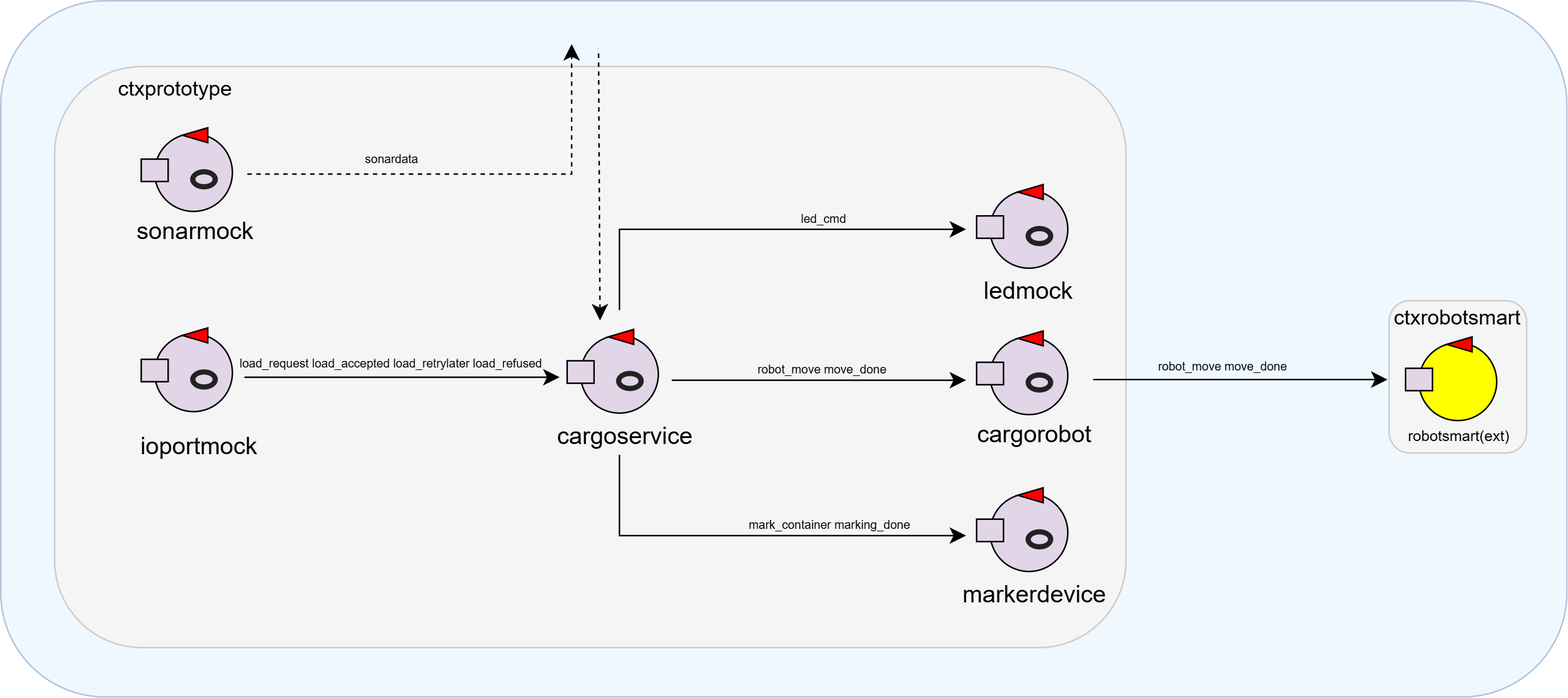
This is Sprint1/userDocs/Sprint1_arch.png from alessandratolomelli/TemaFinale2026, a draw.io export, as it was before one commit. Source tidied: cells renumbered, new cells last; positions are measured from the earlier drawing's top-left corner, leaving out a move shared by most shapes.
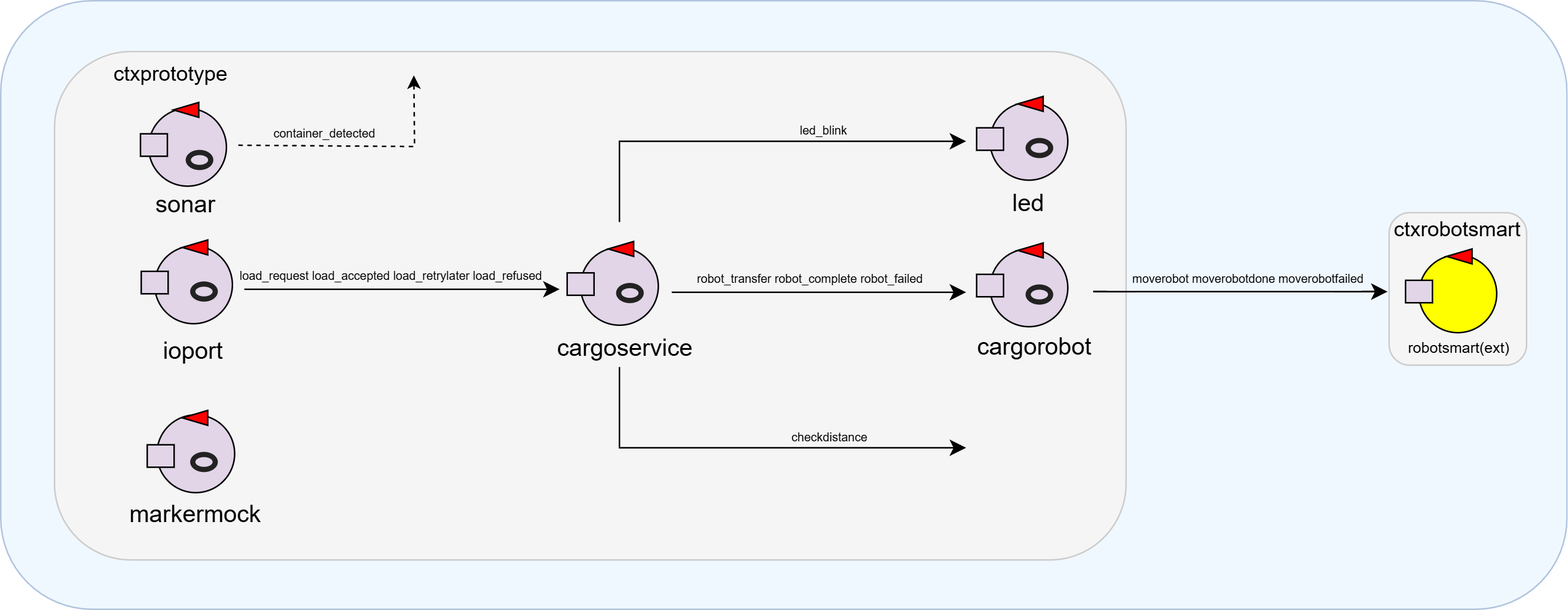
Above is the later version.

What changed in the source:
```diff
@@ -3,13 +3,13 @@
     <mxCell id="0" />
     <mxCell id="1" parent="0" />
     <mxCell id="2" style="rounded=1;whiteSpace=wrap;html=1;fillColor=#f0f8ff;strokeColor=#b0c4de;" parent="1" vertex="1">
-      <mxGeometry width="1048" height="466" as="geometry" />
+      <mxGeometry y="59" width="1048" height="407" as="geometry" />
     </mxCell>
     <mxCell id="3" style="rounded=1;whiteSpace=wrap;html=1;fillColor=#f5f5f5;strokeColor=#cccccc;" parent="1" vertex="1">
       <mxGeometry x="929" y="200.8" width="92" height="102" as="geometry" />
     </mxCell>
     <mxCell id="4" style="rounded=1;whiteSpace=wrap;html=1;fillColor=#f5f5f5;strokeColor=#cccccc;" parent="1" vertex="1">
-      <mxGeometry x="36" y="44" width="717" height="389" as="geometry" />
+      <mxGeometry x="36" y="93" width="717" height="340" as="geometry" />
     </mxCell>
     <mxCell id="5" style="ellipse;whiteSpace=wrap;html=1;fillColor=#e1d5e7;strokeColor=#000000;" parent="1" vertex="1">
       <mxGeometry x="662" y="225" width="52" height="52" as="geometry" />
@@ -36,16 +36,16 @@
       <mxGeometry x="688" y="153" width="15" height="10" as="geometry" />
     </mxCell>
     <mxCell id="13" style="ellipse;whiteSpace=wrap;html=1;fillColor=#e1d5e7;strokeColor=#000000;" parent="1" vertex="1">
-      <mxGeometry x="103" y="89" width="52" height="52" as="geometry" />
+      <mxGeometry x="104.5" y="336" width="52" height="52" as="geometry" />
     </mxCell>
     <mxCell id="14" style="rounded=0;whiteSpace=wrap;html=1;fillColor=#e1d5e7;strokeColor=#000000;" parent="1" vertex="1">
-      <mxGeometry x="94" y="106" width="18" height="15" as="geometry" />
+      <mxGeometry x="98" y="356" width="18" height="15" as="geometry" />
     </mxCell>
     <mxCell id="15" style="triangle;whiteSpace=wrap;html=1;rotation=-180;fillColor=#ff0000;strokeColor=#000000;" parent="1" vertex="1">
-      <mxGeometry x="121.5" y="85" width="17" height="10" as="geometry" />
+      <mxGeometry x="121.5" y="333" width="17" height="10" as="geometry" />
     </mxCell>
     <mxCell id="16" style="html=1;verticalLabelPosition=bottom;labelBackgroundColor=#ffffff;verticalAlign=top;shadow=0;dashed=0;strokeWidth=2;shape=(stored shape, 272 characters);strokeColor=#222222;fillColor=none;" parent="1" vertex="1">
-      <mxGeometry x="129" y="115" width="15" height="10" as="geometry" />
+      <mxGeometry x="129" y="363" width="15" height="10" as="geometry" />
     </mxCell>
     <mxCell id="17" style="ellipse;whiteSpace=wrap;html=1;fillColor=#e1d5e7;strokeColor=#000000;" parent="1" vertex="1">
       <mxGeometry x="388" y="224" width="52" height="52" as="geometry" />
@@ -72,34 +72,34 @@
       <mxGeometry x="129" y="249" width="15" height="10" as="geometry" />
     </mxCell>
     <mxCell id="25" style="ellipse;whiteSpace=wrap;html=1;fillColor=#e1d5e7;strokeColor=#000000;" parent="1" vertex="1">
-      <mxGeometry x="662" y="330" width="52" height="52" as="geometry" />
+      <mxGeometry x="99" y="131" width="52" height="52" as="geometry" />
     </mxCell>
     <mxCell id="26" style="rounded=0;whiteSpace=wrap;html=1;fillColor=#e1d5e7;strokeColor=#000000;" parent="1" vertex="1">
-      <mxGeometry x="653" y="347" width="18" height="15" as="geometry" />
+      <mxGeometry x="93.5" y="148" width="18" height="15" as="geometry" />
     </mxCell>
     <mxCell id="27" style="triangle;whiteSpace=wrap;html=1;rotation=-180;fillColor=#ff0000;strokeColor=#000000;" parent="1" vertex="1">
-      <mxGeometry x="680.5" y="326" width="17" height="10" as="geometry" />
+      <mxGeometry x="115.5" y="127" width="17" height="10" as="geometry" />
     </mxCell>
     <mxCell id="28" style="html=1;verticalLabelPosition=bottom;labelBackgroundColor=#ffffff;verticalAlign=top;shadow=0;dashed=0;strokeWidth=2;shape=(stored shape, 272 characters);strokeColor=#222222;fillColor=none;" parent="1" vertex="1">
-      <mxGeometry x="688" y="356" width="15" height="10" as="geometry" />
+      <mxGeometry x="126" y="161" width="15" height="10" as="geometry" />
     </mxCell>
-    <mxCell id="29" value="sonarmock" style="text;html=1;whiteSpace=wrap;strokeColor=none;fillColor=none;align=center;verticalAlign=middle;rounded=0;fontSize=16;" parent="1" vertex="1">
-      <mxGeometry x="112" y="144" width="37" height="20" as="geometry" />
+    <mxCell id="29" value="markermock" style="text;html=1;whiteSpace=wrap;strokeColor=none;fillColor=none;align=center;verticalAlign=middle;rounded=0;fontSize=16;" parent="1" vertex="1">
+      <mxGeometry x="111.5" y="392" width="37" height="20" as="geometry" />
     </mxCell>
-    <mxCell id="30" value="ioportmock" style="text;html=1;whiteSpace=wrap;strokeColor=none;fillColor=none;align=center;verticalAlign=middle;rounded=0;fontSize=16;" parent="1" vertex="1">
-      <mxGeometry x="103" y="283" width="60" height="30" as="geometry" />
+    <mxCell id="30" value="ioport" style="text;html=1;whiteSpace=wrap;strokeColor=none;fillColor=none;align=center;verticalAlign=middle;rounded=0;fontSize=16;" parent="1" vertex="1">
+      <mxGeometry x="99" y="278" width="60" height="30" as="geometry" />
     </mxCell>
     <mxCell id="31" value="cargoservice" style="text;html=1;whiteSpace=wrap;strokeColor=none;fillColor=none;align=center;verticalAlign=middle;rounded=0;fontSize=16;" parent="1" vertex="1">
       <mxGeometry x="388" y="276" width="60" height="30" as="geometry" />
     </mxCell>
-    <mxCell id="32" value="ledmock" style="text;html=1;whiteSpace=wrap;strokeColor=none;fillColor=none;align=center;verticalAlign=middle;rounded=0;fontSize=16;" parent="1" vertex="1">
+    <mxCell id="32" value="led" style="text;html=1;whiteSpace=wrap;strokeColor=none;fillColor=none;align=center;verticalAlign=middle;rounded=0;fontSize=16;" parent="1" vertex="1">
       <mxGeometry x="658" y="179" width="60" height="30" as="geometry" />
     </mxCell>
     <mxCell id="33" value="cargorobot" style="text;html=1;whiteSpace=wrap;strokeColor=none;fillColor=none;align=center;verticalAlign=middle;rounded=0;fontSize=16;" parent="1" vertex="1">
       <mxGeometry x="662" y="275" width="60" height="30" as="geometry" />
     </mxCell>
-    <mxCell id="34" value="markerdevice" style="text;html=1;whiteSpace=wrap;strokeColor=none;fillColor=none;align=center;verticalAlign=middle;rounded=0;fontSize=16;" parent="1" vertex="1">
-      <mxGeometry x="662" y="382" width="60" height="30" as="geometry" />
+    <mxCell id="34" value="sonar" style="text;html=1;whiteSpace=wrap;strokeColor=none;fillColor=none;align=center;verticalAlign=middle;rounded=0;fontSize=16;" parent="1" vertex="1">
+      <mxGeometry x="94" y="180" width="60" height="30" as="geometry" />
     </mxCell>
     <mxCell id="35" style="endArrow=classic;html=1;rounded=0;fontSize=12;startSize=8;endSize=8;curved=1;" parent="1" edge="1">
       <mxGeometry relative="1" as="geometry">
@@ -116,8 +116,8 @@
         <mxPoint x="646" y="254" as="targetPoint" />
       </mxGeometry>
     </mxCell>
-    <mxCell id="38" value="robot_move move_done" style="text;html=1;whiteSpace=wrap;strokeColor=none;fillColor=none;align=center;verticalAlign=middle;rounded=0;fontSize=8;" parent="1" vertex="1">
-      <mxGeometry x="440" y="241.5" width="220" height="10.5" as="geometry" />
+    <mxCell id="38" value="robot_transfer robot_complete robot_failed&amp;nbsp;" style="text;html=1;whiteSpace=wrap;strokeColor=none;fillColor=none;align=center;verticalAlign=middle;rounded=0;fontSize=8;" parent="1" vertex="1">
+      <mxGeometry x="433" y="239.2" width="220" height="10.5" as="geometry" />
     </mxCell>
     <mxCell id="39" style="endArrow=classic;html=1;rounded=0;fontSize=12;startSize=8;endSize=8;curved=0;" parent="1" edge="1">
       <mxGeometry relative="1" as="geometry">
@@ -137,29 +137,17 @@
         </Array>
       </mxGeometry>
     </mxCell>
-    <mxCell id="41" value="mark_container marking_done" style="text;html=1;whiteSpace=wrap;strokeColor=none;fillColor=none;align=center;verticalAlign=middle;rounded=0;fontSize=8;" parent="1" vertex="1">
+    <mxCell id="41" value="checkdistance" style="text;html=1;whiteSpace=wrap;strokeColor=none;fillColor=none;align=center;verticalAlign=middle;rounded=0;fontSize=8;" parent="1" vertex="1">
       <mxGeometry x="466" y="336" width="178" height="30" as="geometry" />
     </mxCell>
-    <mxCell id="42" value="led_cmd" style="text;html=1;whiteSpace=wrap;strokeColor=none;fillColor=none;align=center;verticalAlign=middle;rounded=0;fontSize=8;" parent="1" vertex="1">
+    <mxCell id="42" value="led_blink" style="text;html=1;whiteSpace=wrap;strokeColor=none;fillColor=none;align=center;verticalAlign=middle;rounded=0;fontSize=8;" parent="1" vertex="1">
       <mxGeometry x="521" y="131" width="60" height="30" as="geometry" />
     </mxCell>
-    <mxCell id="43" style="endArrow=classic;dashed=1;html=1;rounded=0;fontSize=12;startSize=8;endSize=8;curved=0;endFill=1;" parent="1" edge="1">
-      <mxGeometry relative="1" as="geometry">
-        <mxPoint x="165" y="116" as="sourcePoint" />
-        <mxPoint x="382" y="29" as="targetPoint" />
-        <Array as="points">
-          <mxPoint x="382" y="116" />
-        </Array>
-      </mxGeometry>
-    </mxCell>
-    <mxCell id="44" value="sonardata" style="text;html=1;whiteSpace=wrap;strokeColor=none;fillColor=none;align=center;verticalAlign=middle;rounded=0;fontSize=8;" parent="1" vertex="1">
-      <mxGeometry x="231.5" y="91" width="60" height="30" as="geometry" />
-    </mxCell>
     <mxCell id="45" value="ctxprototype" style="text;html=1;whiteSpace=wrap;strokeColor=none;fillColor=none;align=center;verticalAlign=middle;rounded=0;fontSize=14;" parent="1" vertex="1">
-      <mxGeometry x="87" y="44" width="60" height="30" as="geometry" />
+      <mxGeometry x="84" y="93" width="60" height="30" as="geometry" />
     </mxCell>
-    <mxCell id="46" value="robot_move move_done" style="text;html=1;whiteSpace=wrap;strokeColor=none;fillColor=none;align=center;verticalAlign=middle;rounded=0;fontSize=8;" parent="1" vertex="1">
-      <mxGeometry x="708" y="230" width="220" height="30" as="geometry" />
+    <mxCell id="46" value="moverobot moverobotdone moverobotfailed" style="text;html=1;whiteSpace=wrap;strokeColor=none;fillColor=none;align=center;verticalAlign=middle;rounded=0;fontSize=8;" parent="1" vertex="1">
+      <mxGeometry x="725" y="229.5" width="220" height="30" as="geometry" />
     </mxCell>
     <mxCell id="47" style="endArrow=classic;html=1;rounded=0;fontSize=12;startSize=8;endSize=8;curved=1;" parent="1" edge="1">
       <mxGeometry relative="1" as="geometry">
@@ -182,11 +170,17 @@
     <mxCell id="52" value="robotsmart(ext)" style="text;html=1;whiteSpace=wrap;strokeColor=none;fillColor=none;align=center;verticalAlign=middle;rounded=0;fontSize=10;" parent="1" vertex="1">
       <mxGeometry x="946" y="276" width="60" height="30" as="geometry" />
     </mxCell>
-    <mxCell id="53" style="endArrow=none;dashed=1;html=1;rounded=0;fontSize=12;startSize=8;endSize=8;curved=1;startArrow=classic;startFill=1;" parent="1" edge="1">
-      <mxGeometry relative="1" as="geometry">
-        <mxPoint x="401" y="214" as="sourcePoint" />
-        <mxPoint x="400" y="32" as="targetPoint" />
-      </mxGeometry>
-    </mxCell>
+    <mxCell id="54" style="endArrow=classic;html=1;rounded=0;dashed=1;" parent="1" edge="1">
+      <mxGeometry relative="1" as="geometry">
+        <mxPoint x="159" y="155.6" as="sourcePoint" />
+        <mxPoint x="276.4" y="108.9" as="targetPoint" />
+        <Array as="points">
+          <mxPoint x="276.9" y="156.5" />
+        </Array>
+      </mxGeometry>
+    </mxCell>
+    <mxCell id="55" value="container_detected" style="text;html=1;whiteSpace=wrap;strokeColor=none;fillColor=none;align=center;verticalAlign=middle;rounded=0;fontSize=8;" parent="1" vertex="1">
+      <mxGeometry x="187" y="133" width="60" height="30" as="geometry" />
+    </mxCell>
   </root>
 </mxGraphModel>
```
